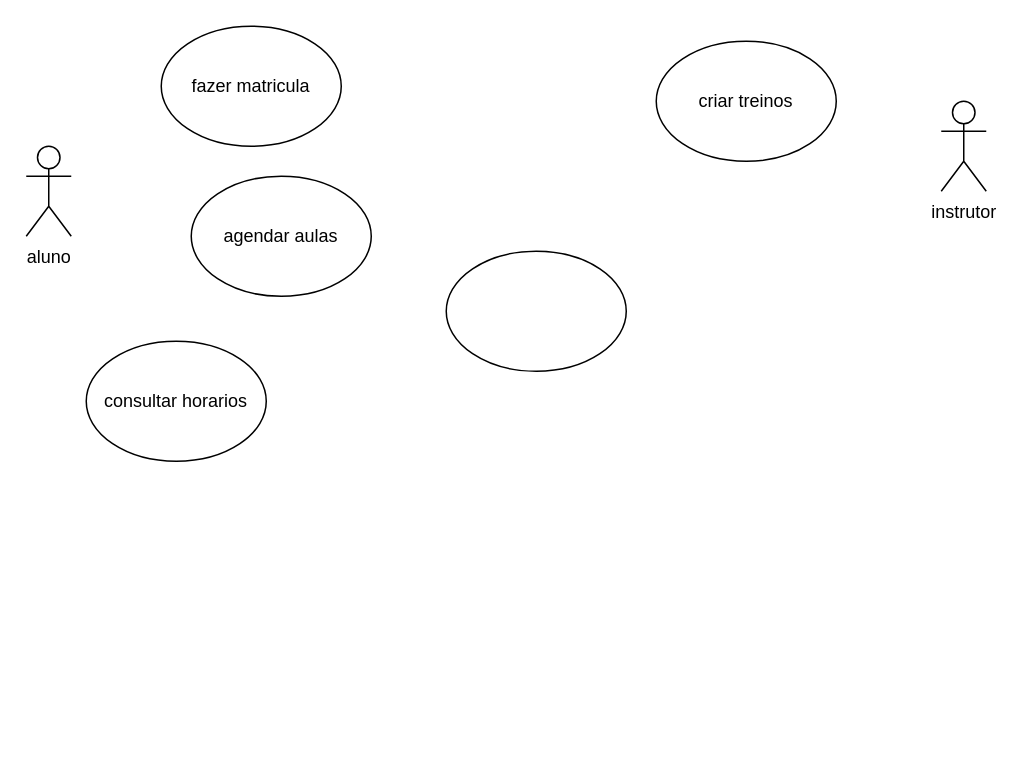
Before: Diagrama sem nome.drawio in AnaBeatriz191/diagramasderequisitos, a draw.io diagram. Source tidied: cells renumbered, new cells numbered last; positions are measured from the earlier drawing's top-left corner, leaving out a move shared by most shapes. Both pictures are drawn from the tidied source at 150%, with x=0, y=0 at pixel (26, 26).
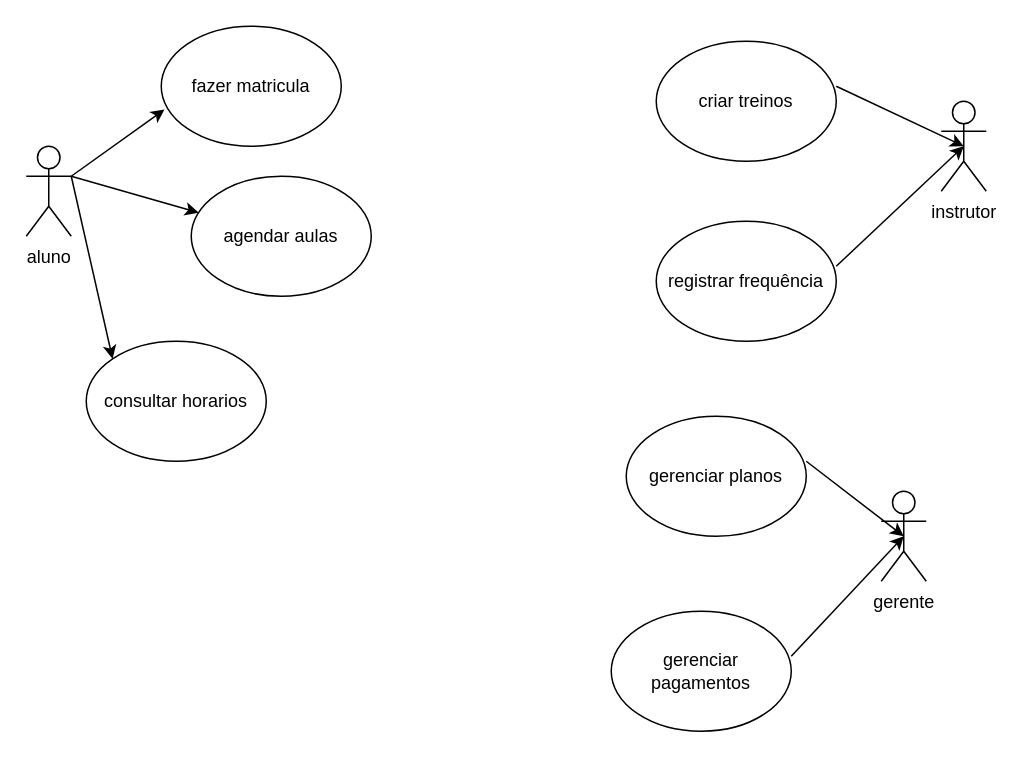
The same page after the edit.

Unchanged cells that the change refers to:
```xml
<mxCell id="2" value="aluno" style="shape=umlActor;verticalLabelPosition=bottom;verticalAlign=top;html=1;outlineConnect=0;" parent="1" vertex="1">
  <mxGeometry y="80" width="30" height="60" as="geometry" />
</mxCell>
<mxCell id="3" value="fazer matricula" style="ellipse;whiteSpace=wrap;html=1;" parent="1" vertex="1">
  <mxGeometry x="90" width="120" height="80" as="geometry" />
</mxCell>
<mxCell id="4" value="agendar aulas" style="ellipse;whiteSpace=wrap;html=1;" parent="1" vertex="1">
  <mxGeometry x="110" y="100" width="120" height="80" as="geometry" />
</mxCell>
<mxCell id="5" value="consultar horarios" style="ellipse;whiteSpace=wrap;html=1;" parent="1" vertex="1">
  <mxGeometry x="40" y="210" width="120" height="80" as="geometry" />
</mxCell>
<mxCell id="6" value="instrutor" style="shape=umlActor;verticalLabelPosition=bottom;verticalAlign=top;html=1;outlineConnect=0;" parent="1" vertex="1">
  <mxGeometry x="610" y="50" width="30" height="60" as="geometry" />
</mxCell>
```

Diff of the diagram source:
```diff
@@
-    <mxCell id="7" style="ellipse;whiteSpace=wrap;html=1;" parent="1" vertex="1">
-      <mxGeometry x="280" y="150" width="120" height="80" as="geometry" />
+    <mxCell id="7" value="registrar frequência" style="ellipse;whiteSpace=wrap;html=1;" parent="1" vertex="1">
+      <mxGeometry x="420" y="130" width="120" height="80" as="geometry" />
     </mxCell>
@@
+    <mxCell id="9" value="gerente" style="shape=umlActor;verticalLabelPosition=bottom;verticalAlign=top;html=1;outlineConnect=0;" parent="1" vertex="1">
+      <mxGeometry x="570" y="310" width="30" height="60" as="geometry" />
+    </mxCell>
+    <mxCell id="10" value="gerenciar planos" style="ellipse;whiteSpace=wrap;html=1;" parent="1" vertex="1">
+      <mxGeometry x="400" y="260" width="120" height="80" as="geometry" />
+    </mxCell>
+    <mxCell id="11" value="gerenciar pagamentos" style="ellipse;whiteSpace=wrap;html=1;" parent="1" vertex="1">
+      <mxGeometry x="390" y="390" width="120" height="80" as="geometry" />
+    </mxCell>
+    <mxCell id="12" style="endArrow=classic;html=1;rounded=0;entryX=0.018;entryY=0.694;entryDx=0;entryDy=0;entryPerimeter=0;" parent="1" edge="1" target="3">
+      <mxGeometry relative="1" as="geometry">
+        <mxPoint x="30" y="100" as="sourcePoint" />
+      </mxGeometry>
+    </mxCell>
+    <mxCell id="13" style="endArrow=classic;html=1;rounded=0;exitX=1;exitY=0.3333333333333333;exitDx=0;exitDy=0;exitPerimeter=0;" parent="1" edge="1" source="2" target="4">
+      <mxGeometry relative="1" as="geometry" />
+    </mxCell>
+    <mxCell id="14" style="endArrow=classic;html=1;rounded=0;entryX=0;entryY=0;entryDx=0;entryDy=0;" parent="1" edge="1" target="5">
+      <mxGeometry relative="1" as="geometry">
+        <mxPoint x="30" y="100" as="sourcePoint" />
+      </mxGeometry>
+    </mxCell>
+    <mxCell id="15" style="endArrow=classic;html=1;rounded=0;entryX=0.5;entryY=0.5;entryDx=0;entryDy=0;entryPerimeter=0;" parent="1" edge="1" target="6">
+      <mxGeometry relative="1" as="geometry">
+        <mxPoint x="540" y="40" as="sourcePoint" />
+      </mxGeometry>
+    </mxCell>
+    <mxCell id="16" style="endArrow=classic;html=1;rounded=0;entryX=0.5;entryY=0.5;entryDx=0;entryDy=0;entryPerimeter=0;" parent="1" edge="1" target="6">
+      <mxGeometry relative="1" as="geometry">
+        <mxPoint x="540" y="160" as="sourcePoint" />
+      </mxGeometry>
+    </mxCell>
+    <mxCell id="17" style="endArrow=classic;html=1;rounded=0;entryX=0.5;entryY=0.5;entryDx=0;entryDy=0;entryPerimeter=0;" parent="1" edge="1" target="9">
+      <mxGeometry relative="1" as="geometry">
+        <mxPoint x="520" y="290" as="sourcePoint" />
+      </mxGeometry>
+    </mxCell>
+    <mxCell id="18" style="endArrow=classic;html=1;rounded=0;entryX=0.5;entryY=0.5;entryDx=0;entryDy=0;entryPerimeter=0;" parent="1" edge="1" target="9">
+      <mxGeometry relative="1" as="geometry">
+        <mxPoint x="510" y="420" as="sourcePoint" />
+      </mxGeometry>
+    </mxCell>
```
